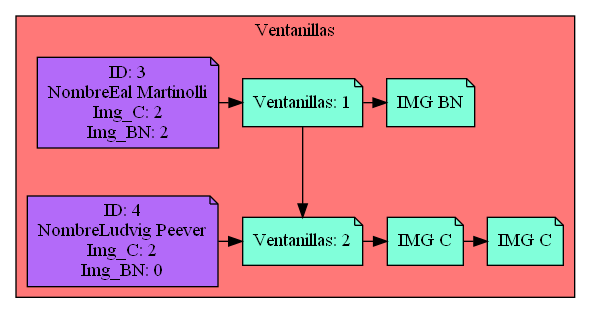
Serch-ING/EDD_UDRAWING_202000119 keeps this Graphviz diagram as Simple_Windows.png. Above is the earlier version. Its source is kept beside it as Simple_Windows.dot.
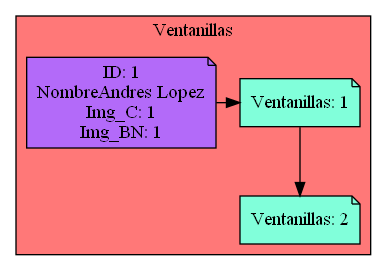
The same diagram one commit later.

Diff of the diagram source:
```diff
@@ -8,25 +8,10 @@
 
 Nodo1661081225 -> Nodo1882554559
 
-Cliente404214852[label="ID: 3
-NombreEal Martinolli
-Img_C: 2
-Img_BN: 2",fillcolor="#B36AF9",group=1]
-Cliente404214852-> Nodo1661081225
-Nodo957465255[label="IMG BN",fillcolor="#81FFDA"]
-
-Nodo1661081225 -> Nodo957465255
-
-{rank=same;Nodo1661081225,Cliente404214852,Nodo957465255}
-Cliente836220863[label="ID: 4
-NombreLudvig Peever
-Img_C: 2
-Img_BN: 0",fillcolor="#B36AF9",group=2]
-Cliente836220863-> Nodo1882554559
-Nodo1254344205[label="IMG C",fillcolor="#81FFDA"]
-Nodo1822971466[label="IMG C",fillcolor="#81FFDA"]
-Nodo1254344205 -> Nodo1822971466
-
-Nodo1882554559 -> Nodo1254344205
-
-{rank=same;Nodo1882554559,Cliente836220863,Nodo1254344205,Nodo1822971466}}}
+Cliente1738674023[label="ID: 1
+NombreAndres Lopez
+Img_C: 1
+Img_BN: 1",fillcolor="#B36AF9",group=1]
+Cliente1738674023-> Nodo1661081225
+{rank=same;Nodo1661081225,Cliente1738674023}
+{rank=same;Nodo1882554559}}}
```
